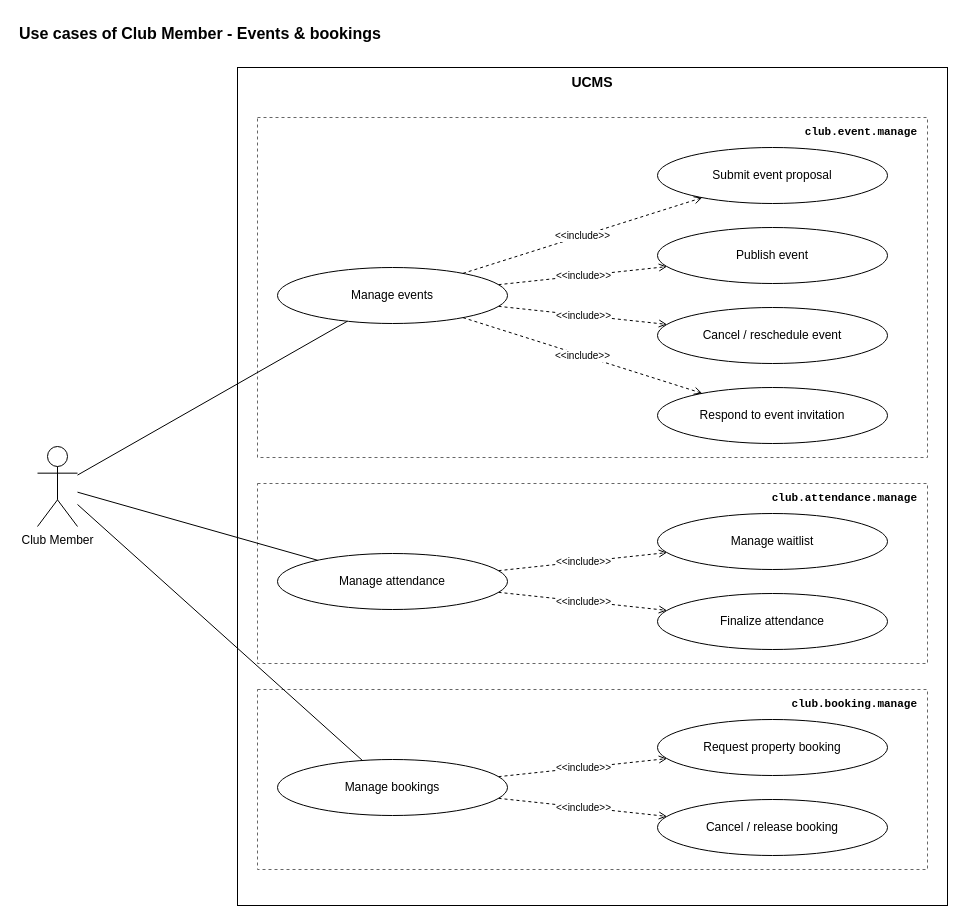
The draw.io diagram page "Club Member 2 - Events & bookings" (5 of 9) of docs/03-diagrams/UCMS_UseCase_ByActor.drawio in nvdekay/ClubManagementSystem, before the edit. Source tidied: cells renumbered, new cells numbered last; positions are measured from the earlier drawing's top-left corner, leaving out a move shared by most shapes. Both pictures are drawn from the tidied source at 100%, with x=0, y=0 at pixel (17, 17).
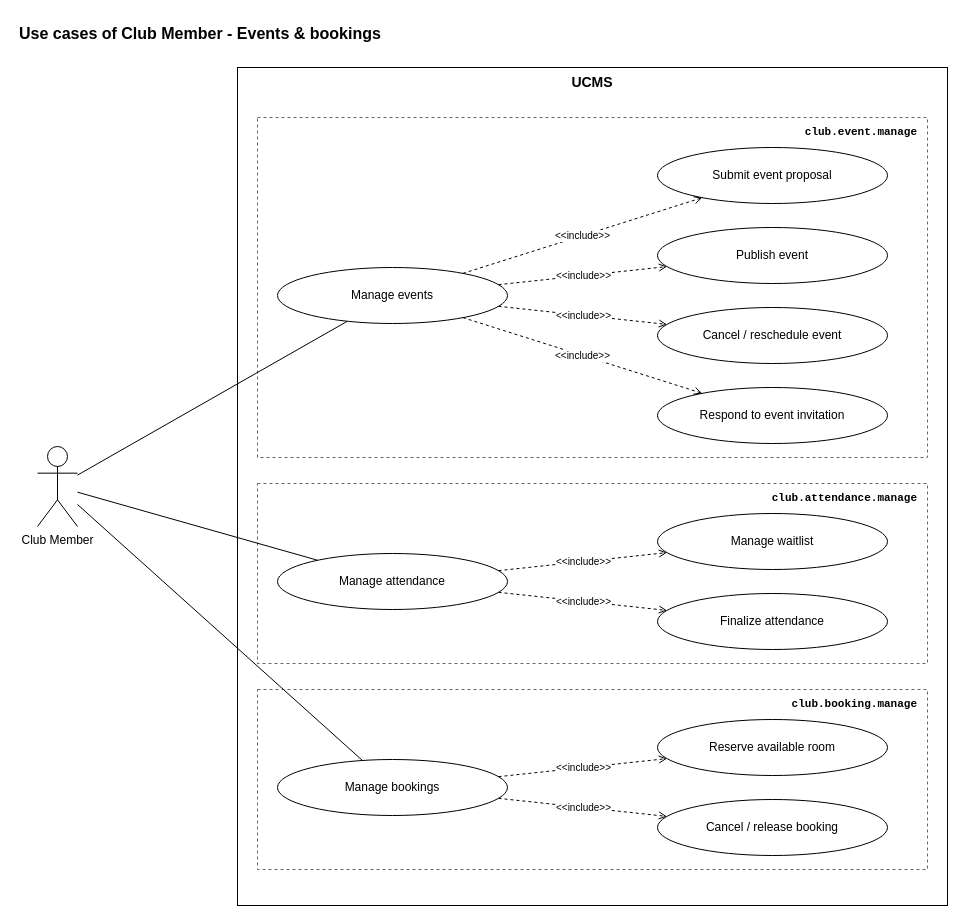
The same diagram, later.

Change to the diagram source:
```diff
@@
-    <mxCell id="26" value="Request property booking" style="ellipse;whiteSpace=wrap;html=1;fillColor=#ffffff;strokeColor=#000000;fontSize=12;" parent="1" vertex="1">
+    <mxCell id="26" value="Reserve available room" style="ellipse;whiteSpace=wrap;html=1;fillColor=#ffffff;strokeColor=#000000;fontSize=12;" parent="1" vertex="1">
       <mxGeometry x="640" y="702" width="230" height="56" as="geometry" />
     </mxCell>
```
